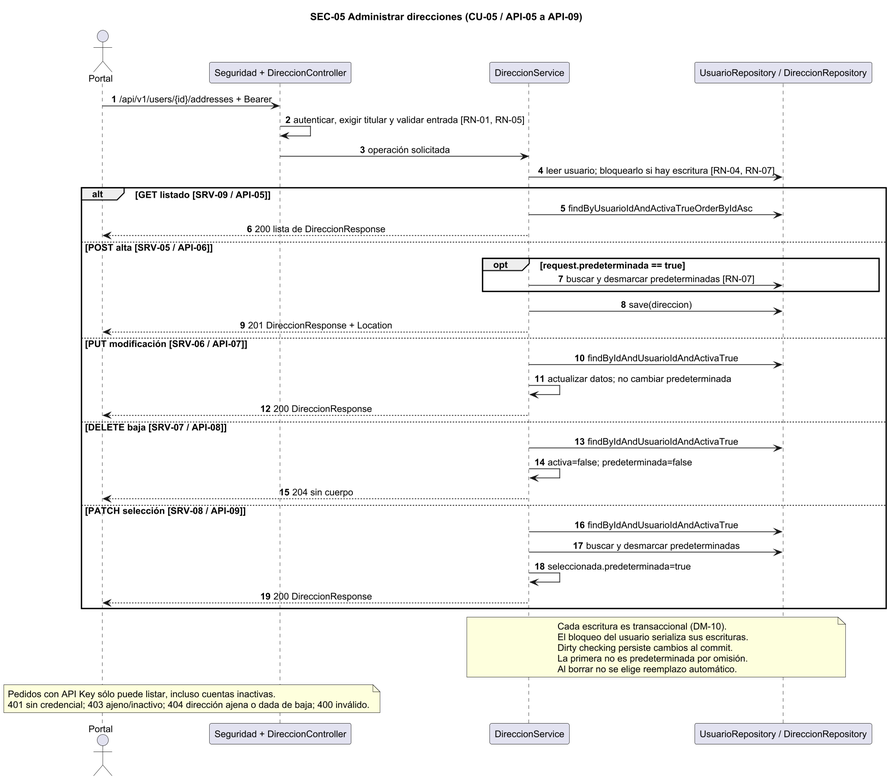
CarlaGorgal2002/deliverygo-usuarios-auth keeps this PlantUML diagram as doc/Diagramas/SEC-05.png. Above is the earlier version.
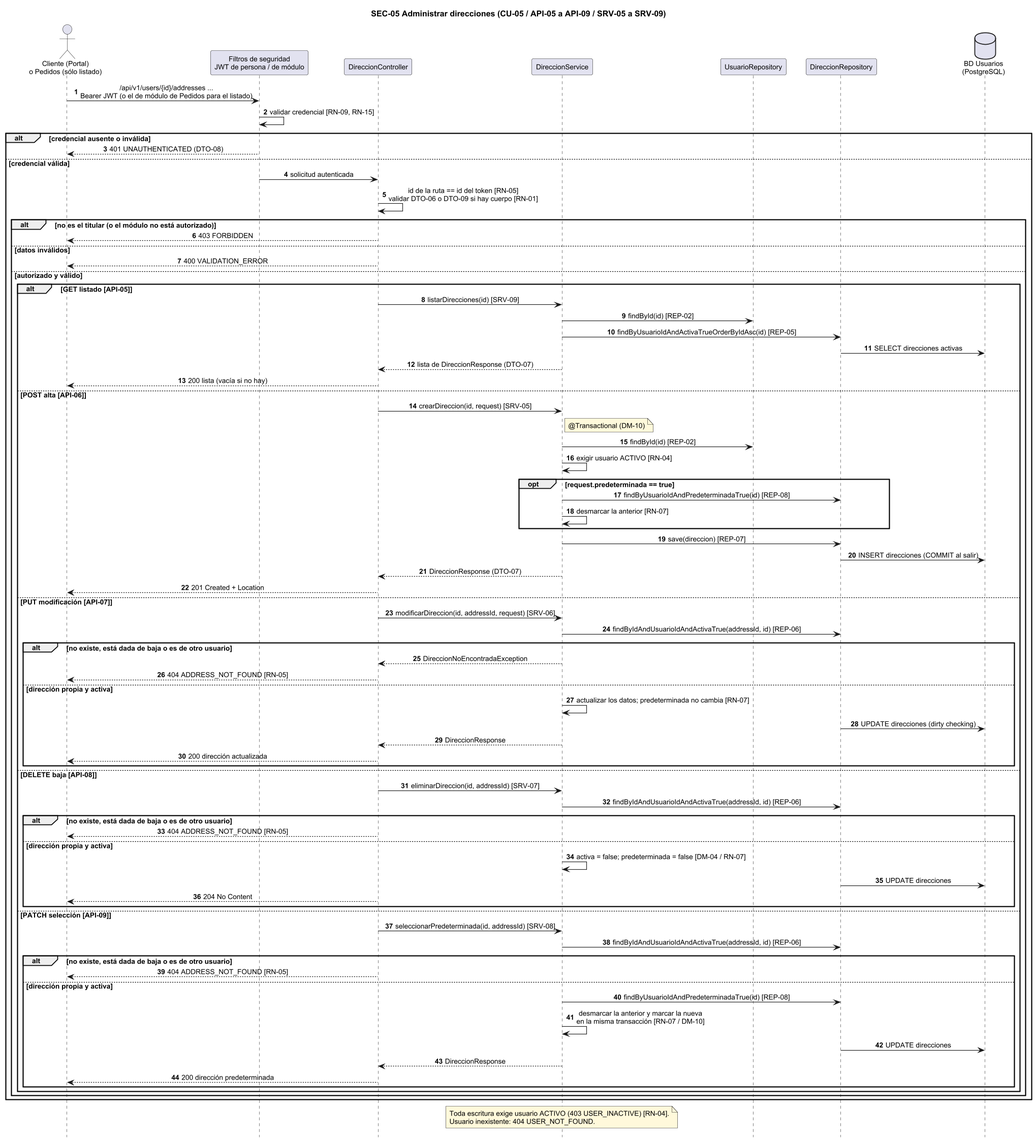
The same diagram one commit later.

What changed in the source:
```diff
@@ -1,42 +1,91 @@
 @startuml SEC-05
-skinparam dpi 135
+skinparam dpi 110
 skinparam shadowing false
 skinparam defaultFontName Arial
-skinparam defaultFontSize 13
+skinparam defaultFontSize 12
 skinparam sequenceMessageAlign center
-title SEC-05 Administrar direcciones (CU-05 / API-05 a API-09)
+skinparam responseMessageBelowArrow true
+skinparam NoteBackgroundColor #FFF9DB
+skinparam ParticipantPadding 12
+hide footbox
+title SEC-05 Administrar direcciones (CU-05 / API-05 a API-09 / SRV-05 a SRV-09)
 autonumber
-actor Portal
-participant "Seguridad + DireccionController" as C
+actor "Cliente (Portal)\no Pedidos (sólo listado)" as A
+participant "Filtros de seguridad\nJWT de persona / de módulo" as F
+participant DireccionController as C
 participant DireccionService as S
-participant "UsuarioRepository / DireccionRepository" as R
-Portal -> C : /api/v1/users/{id}/addresses + Bearer
-C -> C : autenticar, exigir titular y validar entrada [RN-01, RN-05]
-C -> S : operación solicitada
-S -> R : leer usuario; bloquearlo si hay escritura [RN-04, RN-07]
-alt GET listado [SRV-09 / API-05]
- S -> R : findByUsuarioIdAndActivaTrueOrderByIdAsc
- S --> Portal : 200 lista de DireccionResponse
-else POST alta [SRV-05 / API-06]
- opt request.predeterminada == true
-  S -> R : buscar y desmarcar predeterminadas [RN-07]
- end
- S -> R : save(direccion)
- S --> Portal : 201 DireccionResponse + Location
-else PUT modificación [SRV-06 / API-07]
- S -> R : findByIdAndUsuarioIdAndActivaTrue
- S -> S : actualizar datos; no cambiar predeterminada
- S --> Portal : 200 DireccionResponse
-else DELETE baja [SRV-07 / API-08]
- S -> R : findByIdAndUsuarioIdAndActivaTrue
- S -> S : activa=false; predeterminada=false
- S --> Portal : 204 sin cuerpo
-else PATCH selección [SRV-08 / API-09]
- S -> R : findByIdAndUsuarioIdAndActivaTrue
- S -> R : buscar y desmarcar predeterminadas
- S -> S : seleccionada.predeterminada=true
- S --> Portal : 200 DireccionResponse
+participant UsuarioRepository as UR
+participant DireccionRepository as DR
+database "BD Usuarios\n(PostgreSQL)" as DB
+
+A -> F : /api/v1/users/{id}/addresses ...\nBearer JWT (o el de módulo de Pedidos para el listado)
+F -> F : validar credencial [RN-09, RN-15]
+alt credencial ausente o inválida
+  F --> A : 401 UNAUTHENTICATED (DTO-08)
+else credencial válida
+  F -> C : solicitud autenticada
+  C -> C : id de la ruta == id del token [RN-05]\nvalidar DTO-06 o DTO-09 si hay cuerpo [RN-01]
+  alt no es el titular (o el módulo no está autorizado)
+    C --> A : 403 FORBIDDEN
+  else datos inválidos
+    C --> A : 400 VALIDATION_ERROR
+  else autorizado y válido
+    alt GET listado [API-05]
+      C -> S : listarDirecciones(id) [SRV-09]
+      S -> UR : findById(id) [REP-02]
+      S -> DR : findByUsuarioIdAndActivaTrueOrderByIdAsc(id) [REP-05]
+      DR -> DB : SELECT direcciones activas
+      S --> C : lista de DireccionResponse (DTO-07)
+      C --> A : 200 lista (vacía si no hay)
+    else POST alta [API-06]
+      C -> S : crearDireccion(id, request) [SRV-05]
+      note right of S : @Transactional (DM-10)
+      S -> UR : findById(id) [REP-02]
+      S -> S : exigir usuario ACTIVO [RN-04]
+      opt request.predeterminada == true
+        S -> DR : findByUsuarioIdAndPredeterminadaTrue(id) [REP-08]
+        S -> S : desmarcar la anterior [RN-07]
+      end
+      S -> DR : save(direccion) [REP-07]
+      DR -> DB : INSERT direcciones (COMMIT al salir)
+      S --> C : DireccionResponse (DTO-07)
+      C --> A : 201 Created + Location
+    else PUT modificación [API-07]
+      C -> S : modificarDireccion(id, addressId, request) [SRV-06]
+      S -> DR : findByIdAndUsuarioIdAndActivaTrue(addressId, id) [REP-06]
+      alt no existe, está dada de baja o es de otro usuario
+        S --> C : DireccionNoEncontradaException
+        C --> A : 404 ADDRESS_NOT_FOUND [RN-05]
+      else dirección propia y activa
+        S -> S : actualizar los datos; predeterminada no cambia [RN-07]
+        DR -> DB : UPDATE direcciones (dirty checking)
+        S --> C : DireccionResponse
+        C --> A : 200 dirección actualizada
+      end
+    else DELETE baja [API-08]
+      C -> S : eliminarDireccion(id, addressId) [SRV-07]
+      S -> DR : findByIdAndUsuarioIdAndActivaTrue(addressId, id) [REP-06]
+      alt no existe, está dada de baja o es de otro usuario
+        C --> A : 404 ADDRESS_NOT_FOUND [RN-05]
+      else dirección propia y activa
+        S -> S : activa = false; predeterminada = false [DM-04 / RN-07]
+        DR -> DB : UPDATE direcciones
+        C --> A : 204 No Content
+      end
+    else PATCH selección [API-09]
+      C -> S : seleccionarPredeterminada(id, addressId) [SRV-08]
+      S -> DR : findByIdAndUsuarioIdAndActivaTrue(addressId, id) [REP-06]
+      alt no existe, está dada de baja o es de otro usuario
+        C --> A : 404 ADDRESS_NOT_FOUND [RN-05]
+      else dirección propia y activa
+        S -> DR : findByUsuarioIdAndPredeterminadaTrue(id) [REP-08]
+        S -> S : desmarcar la anterior y marcar la nueva\nen la misma transacción [RN-07 / DM-10]
+        DR -> DB : UPDATE direcciones
+        S --> C : DireccionResponse
+        C --> A : 200 dirección predeterminada
+      end
+    end
+  end
 end
-note over S,R : Cada escritura es transaccional (DM-10).\nEl bloqueo del usuario serializa sus escrituras.\nDirty checking persiste cambios al commit.\nLa primera no es predeterminada por omisión.\nAl borrar no se elige reemplazo automático.
-note over Portal,C : Pedidos con API Key sólo puede listar, incluso cuentas inactivas.\n401 sin credencial; 403 ajeno/inactivo; 404 dirección ajena o dada de baja; 400 inválido.
+note over S : Toda escritura exige usuario ACTIVO (403 USER_INACTIVE) [RN-04].\nUsuario inexistente: 404 USER_NOT_FOUND.
 @enduml
```
